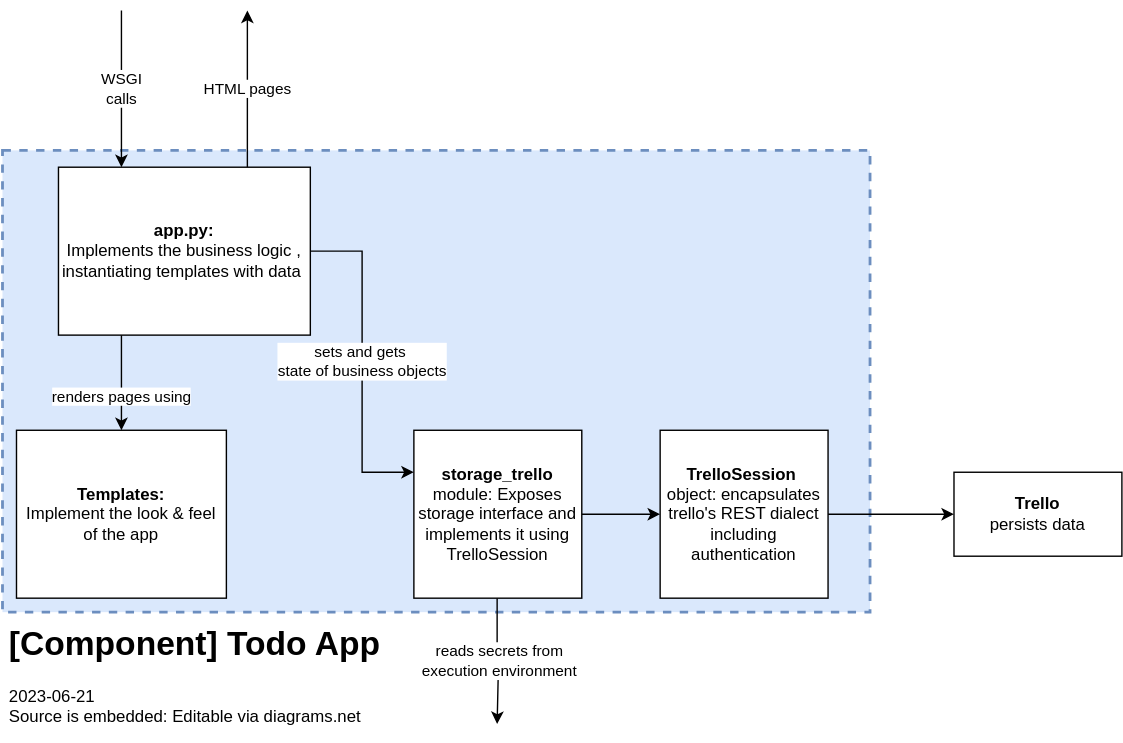
This is architecture/c4-2.svg from sweavo/devops-course-starter, a draw.io export, as it was before one commit. Source tidied: cells renumbered, new cells last; positions are measured from the earlier drawing's top-left corner, leaving out a move shared by most shapes. Source of this version:
```xml
<mxGraphModel>
  <root>
    <mxCell id="0" />
    <mxCell id="1" parent="0" />
    <mxCell id="2" style="rounded=0;whiteSpace=wrap;html=1;fillColor=#dae8fc;dashed=1;strokeWidth=2;strokeColor=#6c8ebf;" parent="1" vertex="1">
      <mxGeometry y="100" width="620" height="330" as="geometry" />
    </mxCell>
    <mxCell id="3" value="&lt;h1&gt;[Component] Todo App&lt;/h1&gt;&lt;div&gt;2023-06-21&lt;/div&gt;&lt;div&gt;Source is embedded: Editable via diagrams.net&lt;/div&gt;" style="text;html=1;strokeColor=none;fillColor=none;spacing=5;spacingTop=-20;whiteSpace=wrap;overflow=hidden;rounded=0;" parent="1" vertex="1">
      <mxGeometry y="433" width="280" height="90" as="geometry" />
    </mxCell>
    <mxCell id="4" value="&lt;b&gt;Trello&lt;/b&gt;&lt;br&gt;persists data" style="rounded=0;whiteSpace=wrap;html=1;" parent="1" vertex="1">
      <mxGeometry x="680" y="330" width="120" height="60" as="geometry" />
    </mxCell>
    <mxCell id="5" value="renders pages using" style="edgeStyle=orthogonalEdgeStyle;rounded=0;jettySize=auto;html=1;exitX=0.25;exitY=1;exitDx=0;exitDy=0;" parent="1" edge="1" source="7" target="11">
      <mxGeometry x="0.3" relative="1" as="geometry" />
    </mxCell>
    <mxCell id="6" value="sets and gets&amp;nbsp;&lt;br&gt;state of business objects" style="edgeStyle=orthogonalEdgeStyle;rounded=0;jettySize=auto;html=1;entryX=0;entryY=0.25;entryDx=0;entryDy=0;" parent="1" edge="1" source="7" target="10">
      <mxGeometry relative="1" as="geometry" />
    </mxCell>
    <mxCell id="7" value="&lt;b&gt;app.py: &lt;/b&gt;&lt;br&gt;Implements the business logic , instantiating templates with data&amp;nbsp;" style="rounded=0;whiteSpace=wrap;html=1;" parent="1" vertex="1">
      <mxGeometry x="40" y="112" width="180" height="120" as="geometry" />
    </mxCell>
    <mxCell id="8" style="edgeStyle=orthogonalEdgeStyle;rounded=0;jettySize=auto;html=1;" parent="1" edge="1" source="10" target="15">
      <mxGeometry relative="1" as="geometry" />
    </mxCell>
    <mxCell id="9" value="reads secrets from &lt;br&gt;execution environment" style="edgeStyle=orthogonalEdgeStyle;rounded=0;orthogonalLoop=1;jettySize=auto;html=1;" parent="1" edge="1">
      <mxGeometry relative="1" as="geometry">
        <mxPoint x="353.5" y="420" as="sourcePoint" />
        <mxPoint x="353.5" y="510" as="targetPoint" />
        <Array as="points">
          <mxPoint x="353.5" y="465" />
          <mxPoint x="354.5" y="465" />
        </Array>
      </mxGeometry>
    </mxCell>
    <mxCell id="10" value="&lt;b&gt;storage_trello &lt;/b&gt;module:&amp;nbsp;Exposes storage interface and implements it using TrelloSession" style="rounded=0;whiteSpace=wrap;html=1;" parent="1" vertex="1">
      <mxGeometry x="294" y="300" width="120" height="120" as="geometry" />
    </mxCell>
    <mxCell id="11" value="&lt;b&gt;Templates:&lt;/b&gt;&lt;br&gt;Implement the look &amp;amp; feel of the app" style="rounded=0;whiteSpace=wrap;html=1;" parent="1" vertex="1">
      <mxGeometry x="10" y="300" width="150" height="120" as="geometry" />
    </mxCell>
    <mxCell id="12" value="HTML pages" style="endArrow=classic;html=1;rounded=0;exitX=0.75;exitY=0;exitDx=0;exitDy=0;" parent="1" edge="1" source="7">
      <mxGeometry relative="1" as="geometry">
        <mxPoint x="175" as="targetPoint" />
      </mxGeometry>
    </mxCell>
    <mxCell id="13" value="WSGI&lt;br&gt;calls" style="endArrow=classic;html=1;rounded=0;entryX=0.25;entryY=0;entryDx=0;entryDy=0;" parent="1" edge="1" target="7">
      <mxGeometry relative="1" as="geometry">
        <mxPoint x="85" as="sourcePoint" />
      </mxGeometry>
    </mxCell>
    <mxCell id="14" style="edgeStyle=orthogonalEdgeStyle;rounded=0;jettySize=auto;html=1;" parent="1" edge="1" source="15" target="4">
      <mxGeometry relative="1" as="geometry" />
    </mxCell>
    <mxCell id="15" value="&lt;b&gt;TrelloSession&amp;nbsp;&lt;/b&gt;&lt;br&gt;object: encapsulates trello's REST dialect including authentication" style="rounded=0;whiteSpace=wrap;html=1;" parent="1" vertex="1">
      <mxGeometry x="470" y="300" width="120" height="120" as="geometry" />
    </mxCell>
  </root>
</mxGraphModel>
```
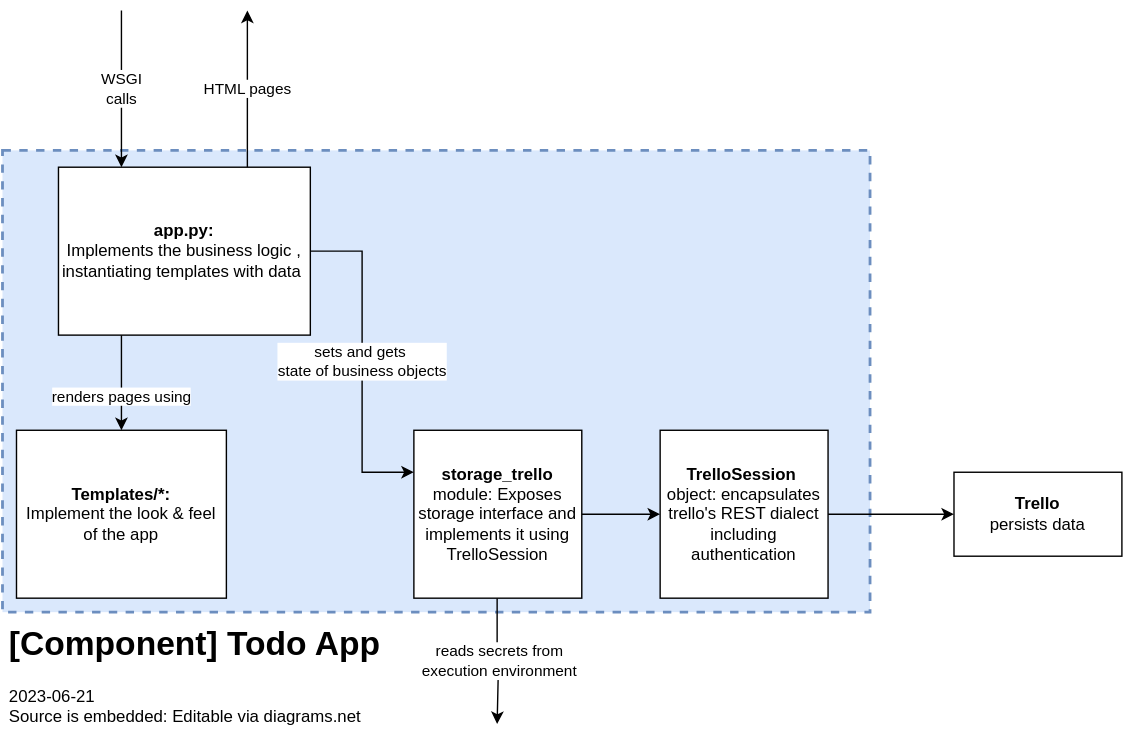
Above is the later version.

Commit message:
updates during workshop

Diff of the diagram source:
```diff
@@ -36,7 +36,7 @@
     <mxCell id="10" value="&lt;b&gt;storage_trello &lt;/b&gt;module:&amp;nbsp;Exposes storage interface and implements it using TrelloSession" style="rounded=0;whiteSpace=wrap;html=1;" parent="1" vertex="1">
       <mxGeometry x="294" y="300" width="120" height="120" as="geometry" />
     </mxCell>
-    <mxCell id="11" value="&lt;b&gt;Templates:&lt;/b&gt;&lt;br&gt;Implement the look &amp;amp; feel of the app" style="rounded=0;whiteSpace=wrap;html=1;" parent="1" vertex="1">
+    <mxCell id="11" value="&lt;b&gt;Templates/*:&lt;/b&gt;&lt;br&gt;Implement the look &amp;amp; feel of the app" style="rounded=0;whiteSpace=wrap;html=1;" parent="1" vertex="1">
       <mxGeometry x="10" y="300" width="150" height="120" as="geometry" />
     </mxCell>
     <mxCell id="12" value="HTML pages" style="endArrow=classic;html=1;rounded=0;exitX=0.75;exitY=0;exitDx=0;exitDy=0;" parent="1" edge="1" source="7">
```
